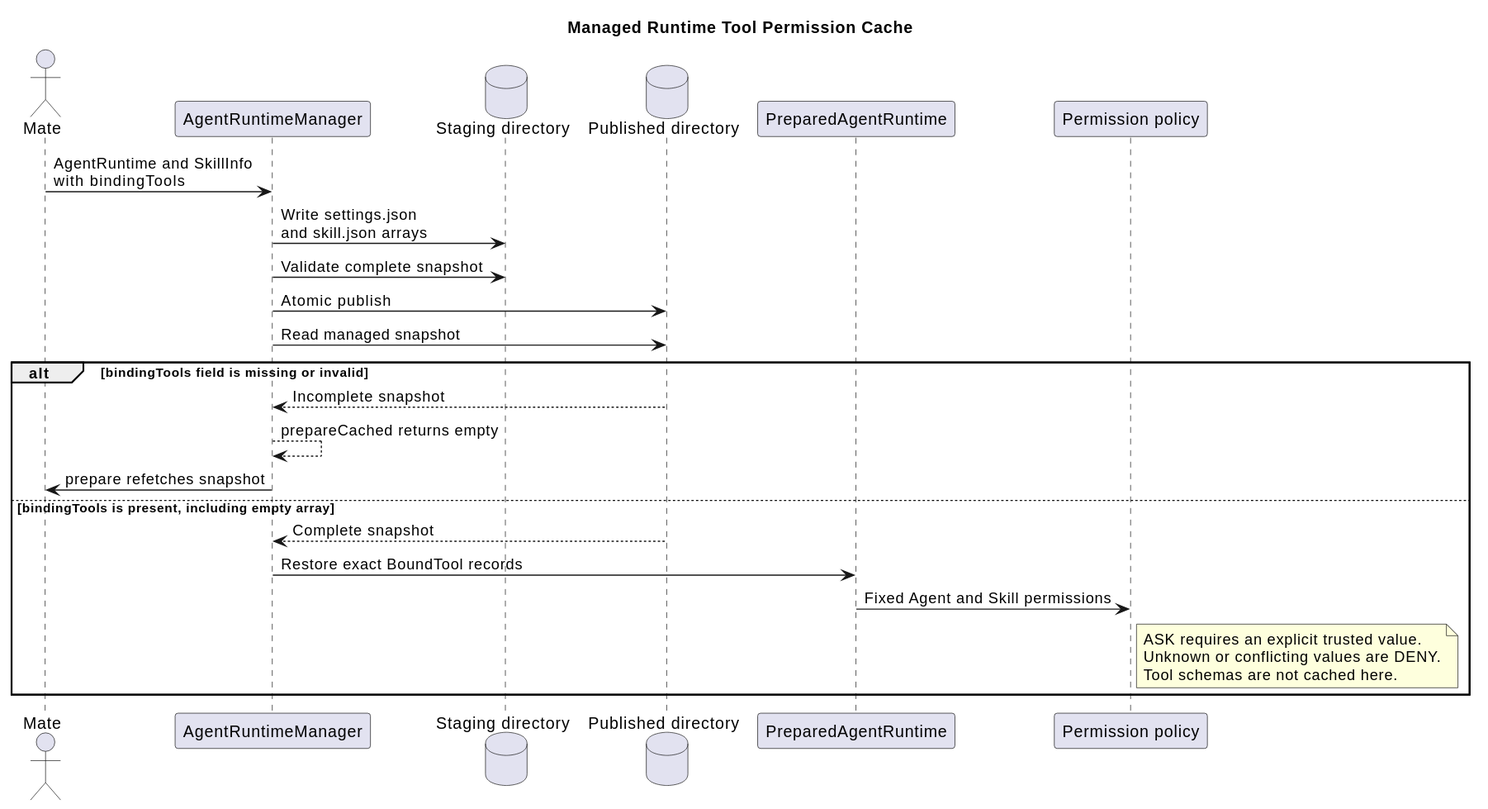
This is docs/designs/agent-tool-permission-cache/agent_tool_permission_cache.svg from 2862282695gjh-afk/pi-mono-java, a PlantUML export, as it was before one commit.
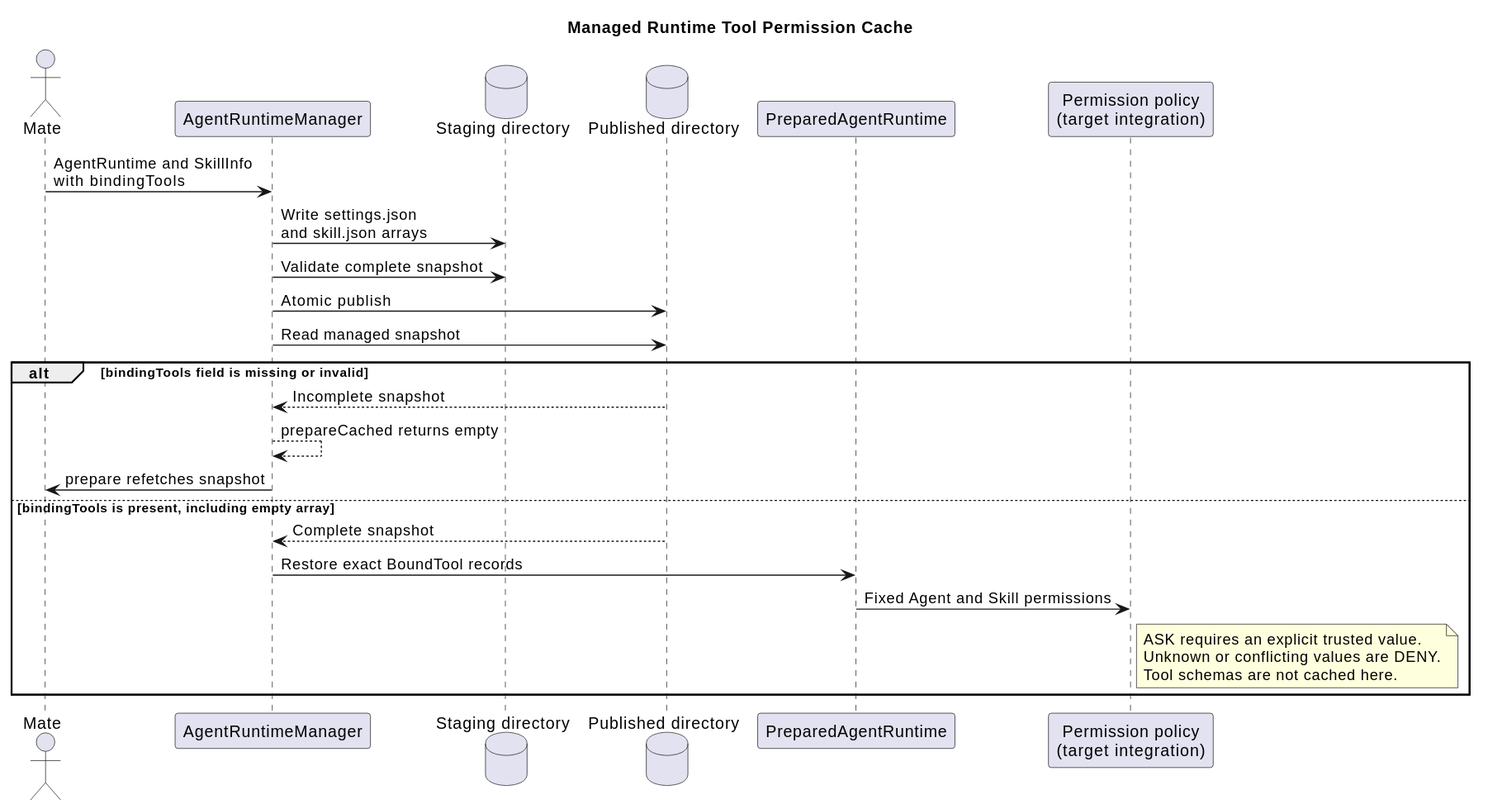
After the commit.

Diff of the diagram source:
```diff
@@ -6,7 +6,7 @@
 database "Staging directory" as Staging
 database "Published directory" as Cache
 participant PreparedAgentRuntime as Prepared
-participant "Permission policy" as Policy
+participant "Permission policy\n(target integration)" as Policy
 
 Mate -> Manager: AgentRuntime and SkillInfo\nwith bindingTools
 Manager -> Staging: Write settings.json\nand skill.json arrays
```
